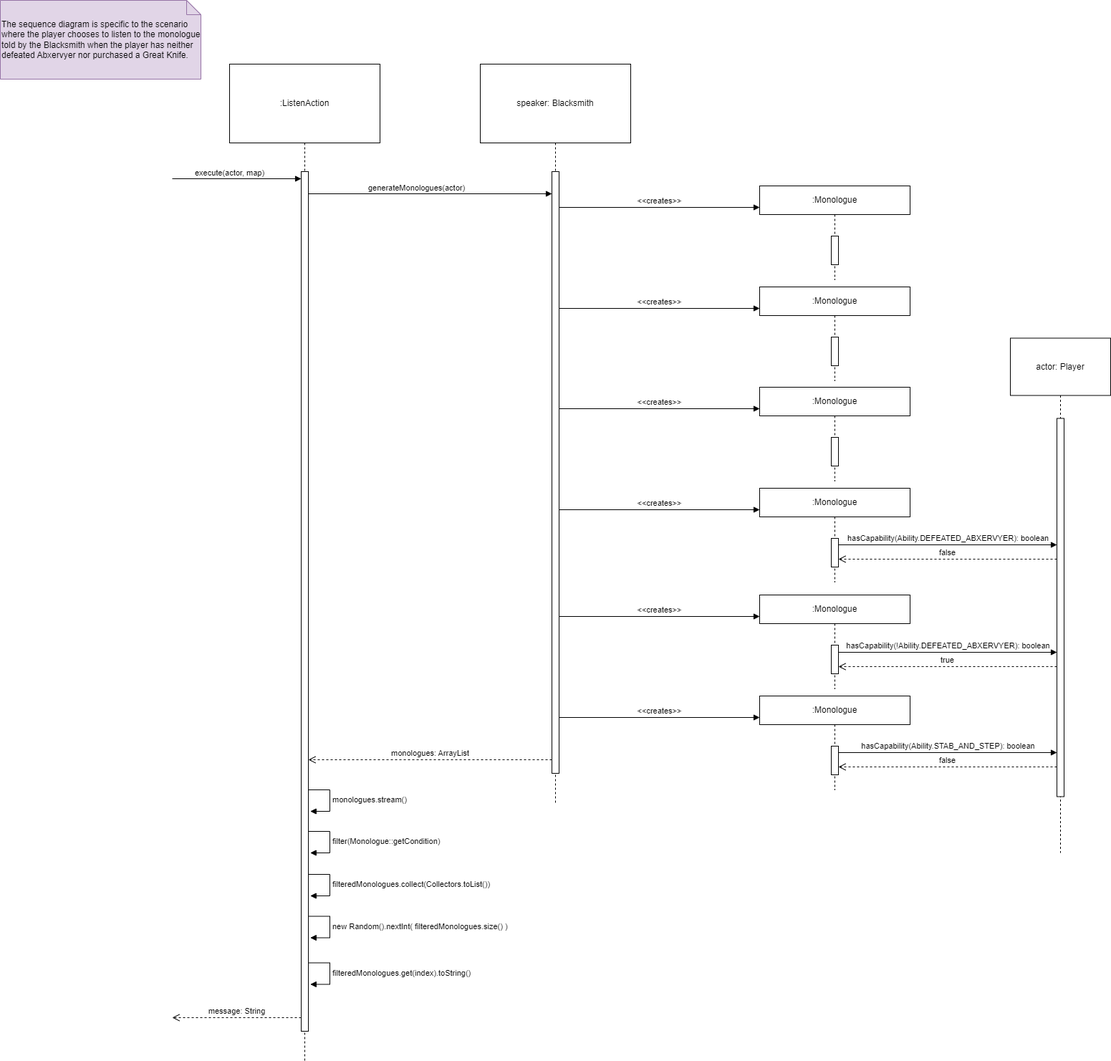
Before: docs/design/assignment3/REQ 3 - Sequence Diagram.png, a diagram exported from draw.io (wenyang1208/Designborne). Source tidied: cells renumbered, new cells last; positions are measured from the earlier drawing's top-left corner, leaving out a move shared by most shapes. The source it was exported from:
```xml
<mxGraphModel>
  <root>
    <mxCell id="0" />
    <mxCell id="1" parent="0" />
    <mxCell id="2" value="The sequence diagram is specific to the scenario where the player chooses to listen to the monologue told by the Blacksmith when the player has neither defeated Abxervyer nor purchased a Great Knife." style="shape=note;size=20;whiteSpace=wrap;html=1;align=left;fillColor=#e1d5e7;strokeColor=#9673a6;" parent="1" vertex="1">
      <mxGeometry width="280" height="110" as="geometry" />
    </mxCell>
    <mxCell id="3" value=":ListenAction" style="shape=umlLifeline;perimeter=lifelinePerimeter;whiteSpace=wrap;html=1;newEdgeStyle={&quot;curved&quot;:0,&quot;rounded&quot;:0};size=110;" parent="1" vertex="1">
      <mxGeometry x="320" y="89" width="210" height="1391" as="geometry" />
    </mxCell>
    <mxCell id="4" style="html=1;perimeter=orthogonalPerimeter;targetShapes=umlLifeline;newEdgeStyle={&quot;curved&quot;:0,&quot;rounded&quot;:0};" parent="3" vertex="1">
      <mxGeometry x="100" y="150" width="10" height="1200" as="geometry" />
    </mxCell>
    <mxCell id="5" value="execute(actor, map)" style="html=1;verticalAlign=bottom;endArrow=block;curved=0;rounded=0;" parent="1" edge="1">
      <mxGeometry x="-0.11" y="-1" relative="1" as="geometry">
        <mxPoint x="240" y="249" as="sourcePoint" />
        <mxPoint x="420" y="249" as="targetPoint" />
      </mxGeometry>
    </mxCell>
    <mxCell id="6" value="message: String" style="html=1;verticalAlign=bottom;endArrow=open;dashed=1;endSize=8;curved=0;rounded=0;" parent="1" edge="1">
      <mxGeometry relative="1" as="geometry">
        <mxPoint x="420" y="1420" as="sourcePoint" />
        <mxPoint x="240" y="1420" as="targetPoint" />
      </mxGeometry>
    </mxCell>
    <mxCell id="7" value="generateMonologues(actor)" style="html=1;verticalAlign=bottom;endArrow=block;curved=0;rounded=0;" parent="1" edge="1">
      <mxGeometry x="-0.11" y="-1" relative="1" as="geometry">
        <mxPoint x="430" y="270" as="sourcePoint" />
        <mxPoint x="770" y="270" as="targetPoint" />
      </mxGeometry>
    </mxCell>
    <mxCell id="8" value="monologues: ArrayList" style="html=1;verticalAlign=bottom;endArrow=open;dashed=1;endSize=8;curved=0;rounded=0;" parent="1" edge="1">
      <mxGeometry relative="1" as="geometry">
        <mxPoint x="770" y="1060" as="sourcePoint" />
        <mxPoint x="430" y="1060" as="targetPoint" />
      </mxGeometry>
    </mxCell>
    <mxCell id="9" value="monologues.stream()" style="html=1;align=left;spacingLeft=2;endArrow=block;rounded=0;edgeStyle=orthogonalEdgeStyle;curved=0;rounded=0;" parent="1" edge="1">
      <mxGeometry relative="1" as="geometry">
        <mxPoint x="430" y="1102" as="sourcePoint" />
        <mxPoint x="432.8" y="1132" as="targetPoint" />
        <Array as="points">
          <mxPoint x="460" y="1102" />
          <mxPoint x="460" y="1132" />
        </Array>
      </mxGeometry>
    </mxCell>
    <mxCell id="10" value="filteredMonologues.collect(Collectors.toList())" style="html=1;align=left;spacingLeft=2;endArrow=block;rounded=0;edgeStyle=orthogonalEdgeStyle;curved=0;rounded=0;" parent="1" edge="1">
      <mxGeometry relative="1" as="geometry">
        <mxPoint x="430" y="1220" as="sourcePoint" />
        <mxPoint x="432.8" y="1250" as="targetPoint" />
        <Array as="points">
          <mxPoint x="460" y="1220" />
          <mxPoint x="460" y="1250" />
        </Array>
      </mxGeometry>
    </mxCell>
    <mxCell id="11" value="new Random().nextInt( filteredMonologues.size() )" style="html=1;align=left;spacingLeft=2;endArrow=block;rounded=0;edgeStyle=orthogonalEdgeStyle;curved=0;rounded=0;" parent="1" edge="1">
      <mxGeometry relative="1" as="geometry">
        <mxPoint x="430" y="1278.5" as="sourcePoint" />
        <mxPoint x="432.8" y="1308.5" as="targetPoint" />
        <Array as="points">
          <mxPoint x="460" y="1278.5" />
          <mxPoint x="460" y="1308.5" />
        </Array>
      </mxGeometry>
    </mxCell>
    <mxCell id="12" value="filteredMonologues.get(index).toString()" style="html=1;align=left;spacingLeft=2;endArrow=block;rounded=0;edgeStyle=orthogonalEdgeStyle;curved=0;rounded=0;" parent="1" edge="1">
      <mxGeometry relative="1" as="geometry">
        <mxPoint x="430" y="1343.5" as="sourcePoint" />
        <mxPoint x="432.8" y="1373.5" as="targetPoint" />
        <Array as="points">
          <mxPoint x="460" y="1343.5" />
          <mxPoint x="460" y="1373.5" />
        </Array>
      </mxGeometry>
    </mxCell>
    <mxCell id="13" value=":Monologue" style="shape=umlLifeline;perimeter=lifelinePerimeter;whiteSpace=wrap;html=1;newEdgeStyle={&quot;curved&quot;:0,&quot;rounded&quot;:0};size=40;" parent="1" vertex="1">
      <mxGeometry x="1060" y="259" width="210" height="131" as="geometry" />
    </mxCell>
    <mxCell id="14" style="html=1;perimeter=orthogonalPerimeter;targetShapes=umlLifeline;newEdgeStyle={&quot;curved&quot;:0,&quot;rounded&quot;:0};" parent="13" vertex="1">
      <mxGeometry x="100" y="70" width="10" height="40" as="geometry" />
    </mxCell>
    <mxCell id="15" value="speaker: Blacksmith" style="shape=umlLifeline;perimeter=lifelinePerimeter;whiteSpace=wrap;html=1;newEdgeStyle={&quot;curved&quot;:0,&quot;rounded&quot;:0};size=110;" parent="1" vertex="1">
      <mxGeometry x="670" y="89" width="210" height="1031" as="geometry" />
    </mxCell>
    <mxCell id="16" style="html=1;perimeter=orthogonalPerimeter;targetShapes=umlLifeline;newEdgeStyle={&quot;curved&quot;:0,&quot;rounded&quot;:0};" parent="15" vertex="1">
      <mxGeometry x="100" y="150" width="10" height="840" as="geometry" />
    </mxCell>
    <mxCell id="17" value="&amp;lt;&amp;lt;creates&amp;gt;&amp;gt;" style="html=1;verticalAlign=bottom;endArrow=block;curved=0;rounded=0;" parent="1" edge="1">
      <mxGeometry relative="1" as="geometry">
        <mxPoint x="780" y="289" as="sourcePoint" />
        <mxPoint x="1060" y="289" as="targetPoint" />
      </mxGeometry>
    </mxCell>
    <mxCell id="18" value=":Monologue" style="shape=umlLifeline;perimeter=lifelinePerimeter;whiteSpace=wrap;html=1;newEdgeStyle={&quot;curved&quot;:0,&quot;rounded&quot;:0};size=40;" parent="1" vertex="1">
      <mxGeometry x="1060" y="400" width="210" height="131" as="geometry" />
    </mxCell>
    <mxCell id="19" style="html=1;perimeter=orthogonalPerimeter;targetShapes=umlLifeline;newEdgeStyle={&quot;curved&quot;:0,&quot;rounded&quot;:0};" parent="18" vertex="1">
      <mxGeometry x="100" y="70" width="10" height="40" as="geometry" />
    </mxCell>
    <mxCell id="20" value="&amp;lt;&amp;lt;creates&amp;gt;&amp;gt;" style="html=1;verticalAlign=bottom;endArrow=block;curved=0;rounded=0;" parent="1" edge="1">
      <mxGeometry relative="1" as="geometry">
        <mxPoint x="780" y="430" as="sourcePoint" />
        <mxPoint x="1060" y="430" as="targetPoint" />
      </mxGeometry>
    </mxCell>
    <mxCell id="21" value=":Monologue" style="shape=umlLifeline;perimeter=lifelinePerimeter;whiteSpace=wrap;html=1;newEdgeStyle={&quot;curved&quot;:0,&quot;rounded&quot;:0};size=40;" parent="1" vertex="1">
      <mxGeometry x="1060" y="540" width="210" height="131" as="geometry" />
    </mxCell>
    <mxCell id="22" style="html=1;perimeter=orthogonalPerimeter;targetShapes=umlLifeline;newEdgeStyle={&quot;curved&quot;:0,&quot;rounded&quot;:0};" parent="21" vertex="1">
      <mxGeometry x="100" y="70" width="10" height="40" as="geometry" />
    </mxCell>
    <mxCell id="23" value="&amp;lt;&amp;lt;creates&amp;gt;&amp;gt;" style="html=1;verticalAlign=bottom;endArrow=block;curved=0;rounded=0;" parent="1" edge="1">
      <mxGeometry relative="1" as="geometry">
        <mxPoint x="780" y="570" as="sourcePoint" />
        <mxPoint x="1060" y="570" as="targetPoint" />
      </mxGeometry>
    </mxCell>
    <mxCell id="24" value=":Monologue" style="shape=umlLifeline;perimeter=lifelinePerimeter;whiteSpace=wrap;html=1;newEdgeStyle={&quot;curved&quot;:0,&quot;rounded&quot;:0};size=40;" parent="1" vertex="1">
      <mxGeometry x="1060" y="681" width="210" height="131" as="geometry" />
    </mxCell>
    <mxCell id="25" style="html=1;perimeter=orthogonalPerimeter;targetShapes=umlLifeline;newEdgeStyle={&quot;curved&quot;:0,&quot;rounded&quot;:0};" parent="24" vertex="1">
      <mxGeometry x="100" y="70" width="10" height="40" as="geometry" />
    </mxCell>
    <mxCell id="26" value="&amp;lt;&amp;lt;creates&amp;gt;&amp;gt;" style="html=1;verticalAlign=bottom;endArrow=block;curved=0;rounded=0;" parent="1" edge="1">
      <mxGeometry relative="1" as="geometry">
        <mxPoint x="780" y="711" as="sourcePoint" />
        <mxPoint x="1060" y="711" as="targetPoint" />
      </mxGeometry>
    </mxCell>
    <mxCell id="27" value="filter(Monologue::getCondition)" style="html=1;align=left;spacingLeft=2;endArrow=block;rounded=0;edgeStyle=orthogonalEdgeStyle;curved=0;rounded=0;" parent="1" edge="1">
      <mxGeometry relative="1" as="geometry">
        <mxPoint x="430" y="1160" as="sourcePoint" />
        <mxPoint x="432.8" y="1190" as="targetPoint" />
        <Array as="points">
          <mxPoint x="460" y="1160" />
          <mxPoint x="460" y="1190" />
        </Array>
      </mxGeometry>
    </mxCell>
    <mxCell id="28" value=":Monologue" style="shape=umlLifeline;perimeter=lifelinePerimeter;whiteSpace=wrap;html=1;newEdgeStyle={&quot;curved&quot;:0,&quot;rounded&quot;:0};size=40;" parent="1" vertex="1">
      <mxGeometry x="1060" y="830" width="210" height="131" as="geometry" />
    </mxCell>
    <mxCell id="29" style="html=1;perimeter=orthogonalPerimeter;targetShapes=umlLifeline;newEdgeStyle={&quot;curved&quot;:0,&quot;rounded&quot;:0};" parent="28" vertex="1">
      <mxGeometry x="100" y="70" width="10" height="40" as="geometry" />
    </mxCell>
    <mxCell id="30" value="&amp;lt;&amp;lt;creates&amp;gt;&amp;gt;" style="html=1;verticalAlign=bottom;endArrow=block;curved=0;rounded=0;" parent="1" edge="1">
      <mxGeometry relative="1" as="geometry">
        <mxPoint x="780" y="860" as="sourcePoint" />
        <mxPoint x="1060" y="860" as="targetPoint" />
      </mxGeometry>
    </mxCell>
    <mxCell id="31" value=":Monologue" style="shape=umlLifeline;perimeter=lifelinePerimeter;whiteSpace=wrap;html=1;newEdgeStyle={&quot;curved&quot;:0,&quot;rounded&quot;:0};size=40;" parent="1" vertex="1">
      <mxGeometry x="1060" y="971" width="210" height="131" as="geometry" />
    </mxCell>
    <mxCell id="32" style="html=1;perimeter=orthogonalPerimeter;targetShapes=umlLifeline;newEdgeStyle={&quot;curved&quot;:0,&quot;rounded&quot;:0};" parent="31" vertex="1">
      <mxGeometry x="100" y="70" width="10" height="40" as="geometry" />
    </mxCell>
    <mxCell id="33" value="&amp;lt;&amp;lt;creates&amp;gt;&amp;gt;" style="html=1;verticalAlign=bottom;endArrow=block;curved=0;rounded=0;" parent="1" edge="1">
      <mxGeometry relative="1" as="geometry">
        <mxPoint x="780" y="1001" as="sourcePoint" />
        <mxPoint x="1060" y="1001" as="targetPoint" />
      </mxGeometry>
    </mxCell>
    <mxCell id="34" value="actor: Player" style="shape=umlLifeline;perimeter=lifelinePerimeter;whiteSpace=wrap;html=1;newEdgeStyle={&quot;curved&quot;:0,&quot;rounded&quot;:0};size=80;" parent="1" vertex="1">
      <mxGeometry x="1410" y="471.5" width="140" height="718.5" as="geometry" />
    </mxCell>
    <mxCell id="35" style="html=1;perimeter=orthogonalPerimeter;targetShapes=umlLifeline;newEdgeStyle={&quot;curved&quot;:0,&quot;rounded&quot;:0};" parent="34" vertex="1">
      <mxGeometry x="65" y="112" width="10" height="528" as="geometry" />
    </mxCell>
    <mxCell id="36" value="hasCapability(!Ability.DEFEATED_ABXERVYER): boolean" style="html=1;verticalAlign=bottom;endArrow=block;curved=0;rounded=0;" parent="1" edge="1">
      <mxGeometry relative="1" as="geometry">
        <mxPoint x="1170" y="910" as="sourcePoint" />
        <mxPoint x="1475" y="910" as="targetPoint" />
      </mxGeometry>
    </mxCell>
    <mxCell id="37" value="false" style="html=1;verticalAlign=bottom;endArrow=open;dashed=1;endSize=8;curved=0;rounded=0;" parent="1" edge="1">
      <mxGeometry relative="1" as="geometry">
        <mxPoint x="1475" y="780" as="sourcePoint" />
        <mxPoint x="1170" y="780" as="targetPoint" />
      </mxGeometry>
    </mxCell>
    <mxCell id="38" value="hasCapability(Ability.DEFEATED_ABXERVYER): boolean" style="html=1;verticalAlign=bottom;endArrow=block;curved=0;rounded=0;" parent="1" edge="1">
      <mxGeometry relative="1" as="geometry">
        <mxPoint x="1170" y="760" as="sourcePoint" />
        <mxPoint x="1475" y="760" as="targetPoint" />
      </mxGeometry>
    </mxCell>
    <mxCell id="39" value="true" style="html=1;verticalAlign=bottom;endArrow=open;dashed=1;endSize=8;curved=0;rounded=0;" parent="1" edge="1">
      <mxGeometry relative="1" as="geometry">
        <mxPoint x="1475" y="930" as="sourcePoint" />
        <mxPoint x="1170" y="930" as="targetPoint" />
      </mxGeometry>
    </mxCell>
    <mxCell id="40" value="hasCapability(Ability.STAB_AND_STEP): boolean" style="html=1;verticalAlign=bottom;endArrow=block;curved=0;rounded=0;" parent="1" edge="1">
      <mxGeometry relative="1" as="geometry">
        <mxPoint x="1170" y="1050" as="sourcePoint" />
        <mxPoint x="1475" y="1050" as="targetPoint" />
      </mxGeometry>
    </mxCell>
    <mxCell id="41" value="false" style="html=1;verticalAlign=bottom;endArrow=open;dashed=1;endSize=8;curved=0;rounded=0;" parent="1" edge="1">
      <mxGeometry relative="1" as="geometry">
        <mxPoint x="1475" y="1070" as="sourcePoint" />
        <mxPoint x="1170" y="1070" as="targetPoint" />
      </mxGeometry>
    </mxCell>
  </root>
</mxGraphModel>
```
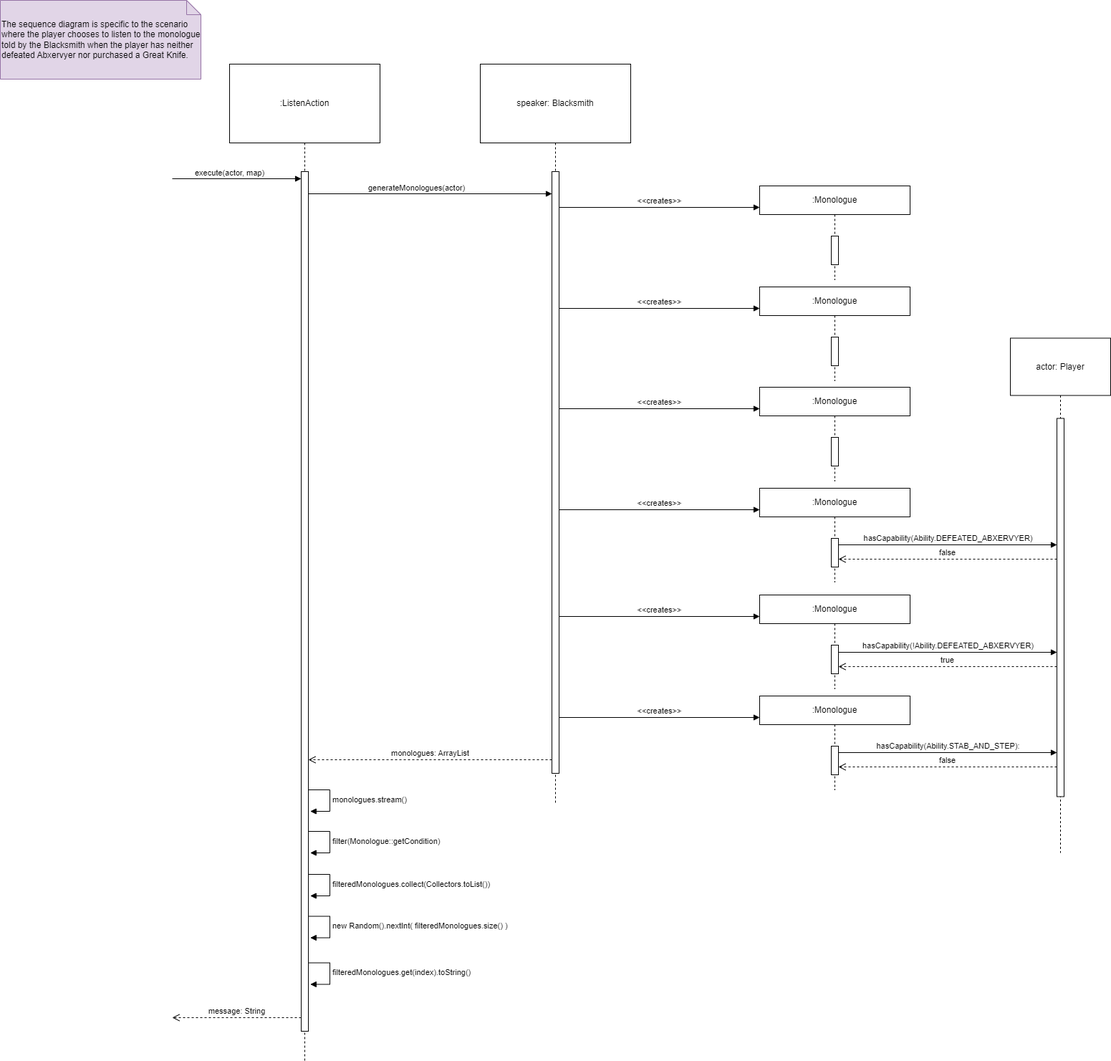
After the commit.

Commit message:
Amend REQ3 Sequence Diagram

The edit, as a diff of the source:
```diff
@@ -169,7 +169,7 @@
     <mxCell id="35" style="html=1;perimeter=orthogonalPerimeter;targetShapes=umlLifeline;newEdgeStyle={&quot;curved&quot;:0,&quot;rounded&quot;:0};" parent="34" vertex="1">
       <mxGeometry x="65" y="112" width="10" height="528" as="geometry" />
     </mxCell>
-    <mxCell id="36" value="hasCapability(!Ability.DEFEATED_ABXERVYER): boolean" style="html=1;verticalAlign=bottom;endArrow=block;curved=0;rounded=0;" parent="1" edge="1">
+    <mxCell id="36" value="hasCapability(!Ability.DEFEATED_ABXERVYER)" style="html=1;verticalAlign=bottom;endArrow=block;curved=0;rounded=0;" parent="1" edge="1">
       <mxGeometry relative="1" as="geometry">
         <mxPoint x="1170" y="910" as="sourcePoint" />
         <mxPoint x="1475" y="910" as="targetPoint" />
@@ -181,7 +181,7 @@
         <mxPoint x="1170" y="780" as="targetPoint" />
       </mxGeometry>
     </mxCell>
-    <mxCell id="38" value="hasCapability(Ability.DEFEATED_ABXERVYER): boolean" style="html=1;verticalAlign=bottom;endArrow=block;curved=0;rounded=0;" parent="1" edge="1">
+    <mxCell id="38" value="hasCapability(Ability.DEFEATED_ABXERVYER)" style="html=1;verticalAlign=bottom;endArrow=block;curved=0;rounded=0;" parent="1" edge="1">
       <mxGeometry relative="1" as="geometry">
         <mxPoint x="1170" y="760" as="sourcePoint" />
         <mxPoint x="1475" y="760" as="targetPoint" />
@@ -193,7 +193,7 @@
         <mxPoint x="1170" y="930" as="targetPoint" />
       </mxGeometry>
     </mxCell>
-    <mxCell id="40" value="hasCapability(Ability.STAB_AND_STEP): boolean" style="html=1;verticalAlign=bottom;endArrow=block;curved=0;rounded=0;" parent="1" edge="1">
+    <mxCell id="40" value="hasCapability(Ability.STAB_AND_STEP):" style="html=1;verticalAlign=bottom;endArrow=block;curved=0;rounded=0;" parent="1" edge="1">
       <mxGeometry relative="1" as="geometry">
         <mxPoint x="1170" y="1050" as="sourcePoint" />
         <mxPoint x="1475" y="1050" as="targetPoint" />
```
